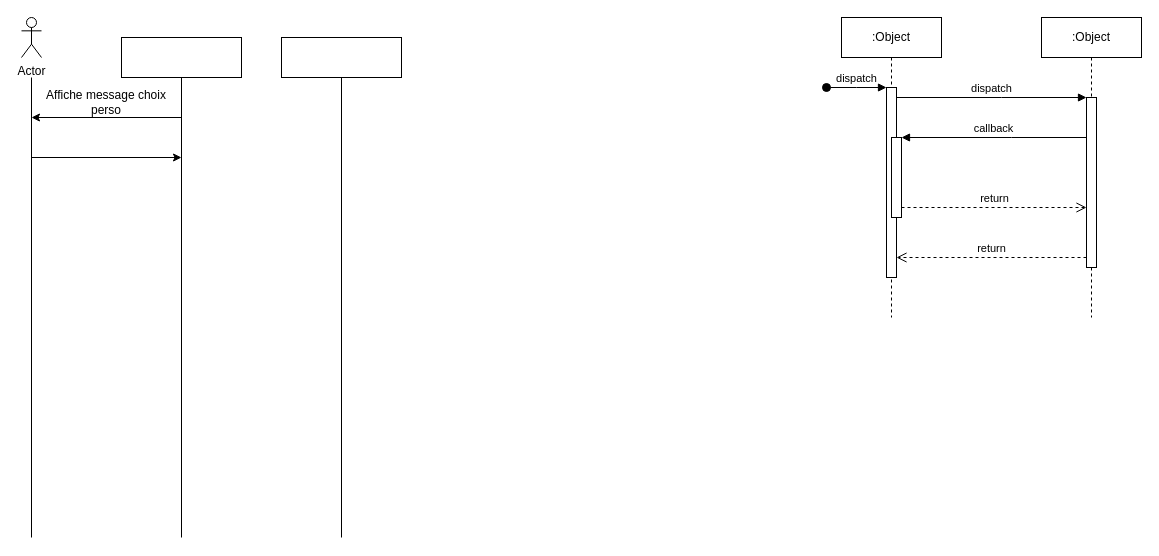
This is DiagrammeSequence.drawio from BMaurice56/Tamagotchi, a draw.io file, before an edit. Source tidied: cells renumbered, new cells numbered last; positions are measured from the earlier drawing's top-left corner, leaving out a move shared by most shapes. Both pictures are drawn from the tidied source at 100%, with x=0, y=0 at pixel (21, 17).
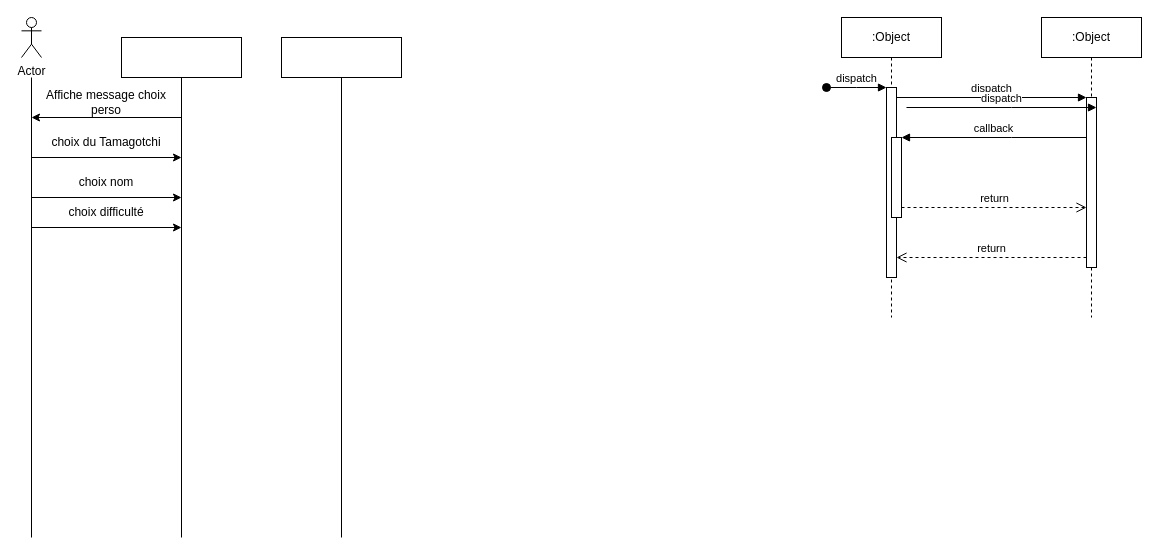
The same page after the edit.

Commit message:
Mettre à jour DiagrammeSequence.drawio

Diff of the diagram source:
```diff
@@
+    <mxCell id="21" value="&lt;div align=&quot;center&quot;&gt;choix du Tamagotchi&lt;br&gt;&lt;/div&gt;" style="text;html=1;strokeColor=none;fillColor=none;align=center;verticalAlign=middle;whiteSpace=wrap;rounded=0;" parent="1" vertex="1">
+      <mxGeometry x="10" y="110" width="150" height="30" as="geometry" />
+    </mxCell>
+    <mxCell id="22" value="dispatch" style="html=1;verticalAlign=bottom;endArrow=block;edgeStyle=elbowEdgeStyle;elbow=vertical;curved=0;rounded=0;" parent="1" edge="1">
+      <mxGeometry relative="1" as="geometry">
+        <mxPoint x="885" y="90" as="sourcePoint" />
+        <mxPoint x="1075" y="90" as="targetPoint" />
+        <Array as="points">
+          <mxPoint x="990" y="90" />
+        </Array>
+      </mxGeometry>
+    </mxCell>
+    <mxCell id="23" style="endArrow=classic;html=1;rounded=0;" parent="1" edge="1">
+      <mxGeometry relative="1" as="geometry">
+        <mxPoint x="10" y="180" as="sourcePoint" />
+        <mxPoint x="160" y="180" as="targetPoint" />
+      </mxGeometry>
+    </mxCell>
+    <mxCell id="24" value="&lt;div align=&quot;center&quot;&gt;choix nom&lt;br&gt;&lt;/div&gt;" style="text;html=1;strokeColor=none;fillColor=none;align=center;verticalAlign=middle;whiteSpace=wrap;rounded=0;" parent="1" vertex="1">
+      <mxGeometry x="10" y="150" width="150" height="30" as="geometry" />
+    </mxCell>
+    <mxCell id="25" value="&lt;div align=&quot;center&quot;&gt;choix difficulté&lt;br&gt;&lt;/div&gt;" style="text;html=1;strokeColor=none;fillColor=none;align=center;verticalAlign=middle;whiteSpace=wrap;rounded=0;" parent="1" vertex="1">
+      <mxGeometry x="10" y="180" width="150" height="30" as="geometry" />
+    </mxCell>
+    <mxCell id="26" style="endArrow=classic;html=1;rounded=0;" parent="1" edge="1">
+      <mxGeometry relative="1" as="geometry">
+        <mxPoint x="10" y="210" as="sourcePoint" />
+        <mxPoint x="160" y="210" as="targetPoint" />
+      </mxGeometry>
+    </mxCell>
```
